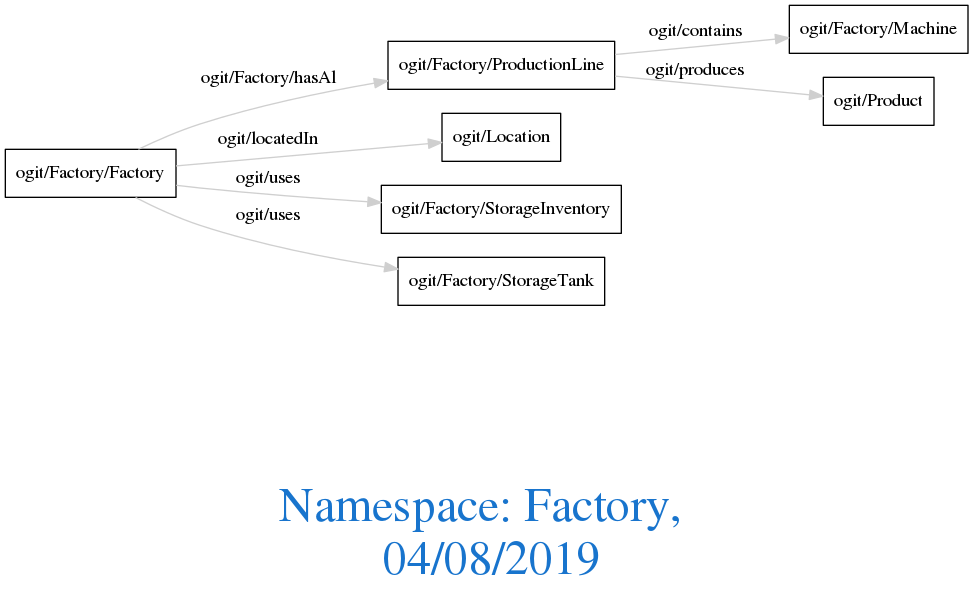
The Graphviz diagram downloads/Factory.png in arago/OGIT, before a commit. Its source is kept beside it as downloads/Factory.dot.
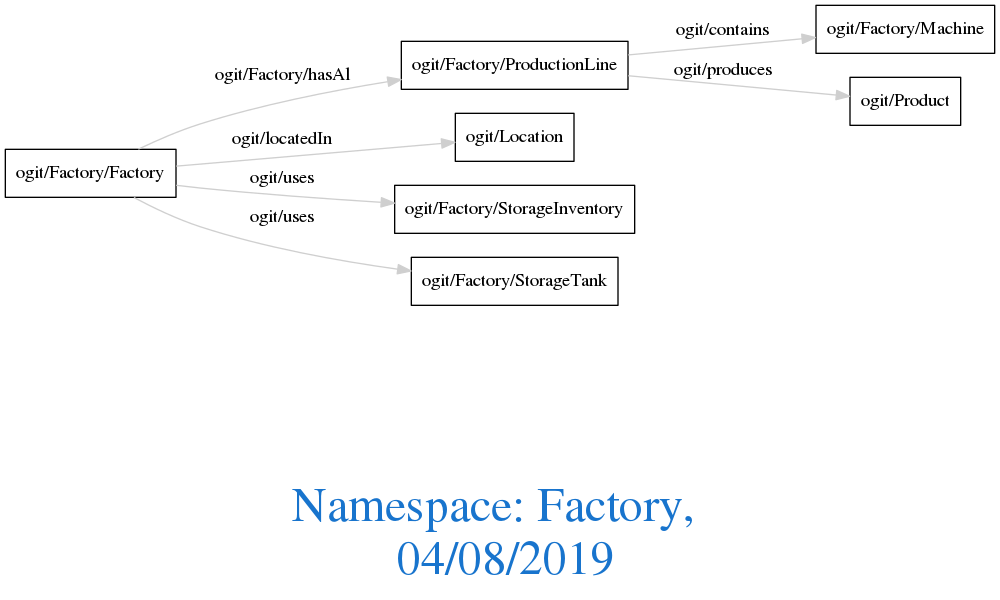
The same file after the commit.

Change to the diagram source:
```diff
@@ -1,13 +1,14 @@
 digraph OGIT_ontology {
- graph [ rankdir= LR,fontsize = 36,
+ graph [ rankdir= LR,compound=true
+fontsize = 36,
 fontcolor= dodgerblue3,label = "\n\n\nNamespace: Factory, \n 04/08/2019"];
 node[shape=polygon];
 edge [  color="gray81"];
 
-   "ogit/Factory/ProductionLine" -> "ogit/Factory/Machine" [label="ogit/contains    "];
-   "ogit/Factory/Factory" -> "ogit/Factory/ProductionLine" [label="ogit/Factory/hasAl    "];
-   "ogit/Factory/Factory" -> "ogit/Location" [label="ogit/locatedIn    "];
-   "ogit/Factory/ProductionLine" -> "ogit/Product" [label="ogit/produces    "];
-   "ogit/Factory/Factory" -> "ogit/Factory/StorageInventory" [label="ogit/uses    "];
-   "ogit/Factory/Factory" -> "ogit/Factory/StorageTank" [label="ogit/uses    "];
+   "ogit/Factory/ProductionLine" -> "ogit/Factory/Machine" [label="   ogit/contains    "];
+   "ogit/Factory/Factory" -> "ogit/Factory/ProductionLine" [label="   ogit/Factory/hasAl    "];
+   "ogit/Factory/Factory" -> "ogit/Location" [label="   ogit/locatedIn    "];
+   "ogit/Factory/ProductionLine" -> "ogit/Product" [label="   ogit/produces    "];
+   "ogit/Factory/Factory" -> "ogit/Factory/StorageInventory" [label="   ogit/uses    "];
+   "ogit/Factory/Factory" -> "ogit/Factory/StorageTank" [label="   ogit/uses    "];
 }
```
